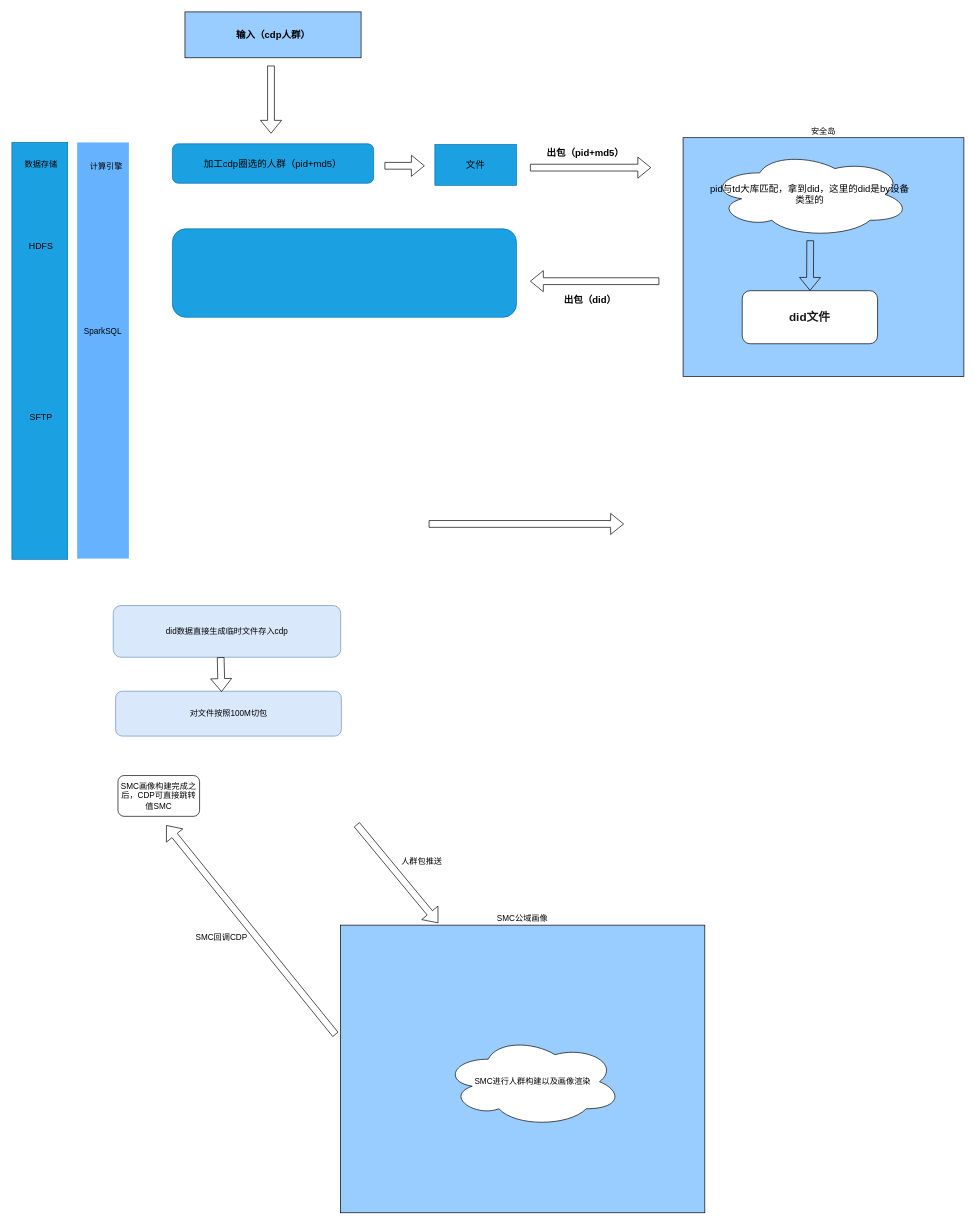
Above: 安全岛SMC.drawio in DThadch/draw (draw.io), before the change. Source tidied: cells renumbered, new cells numbered last; positions are measured from the earlier drawing's top-left corner, leaving out a move shared by most shapes. Both pictures are drawn from the tidied source at 68%, with x=0, y=0 at pixel (12, 12).
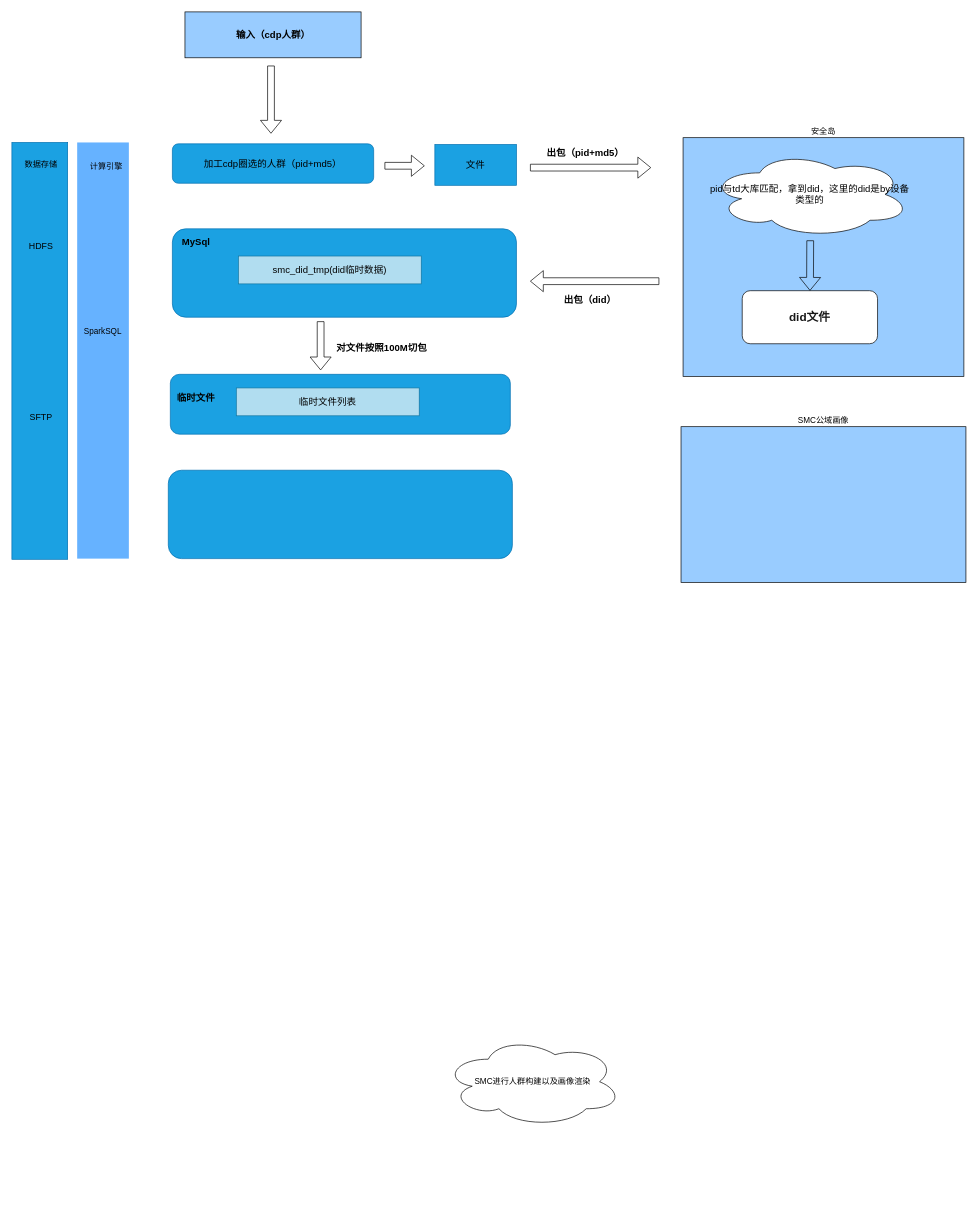
The same diagram, later.

Commit message (it also covers changes not shown here):
更新安全岛SMC.drawio

What changed in the source:
```diff
@@
-    <mxCell id="3" style="shape=flexArrow;endArrow=classic;html=1;rounded=0;" parent="1" edge="1">
-      <mxGeometry relative="1" as="geometry">
-        <mxPoint x="613" y="753" as="sourcePoint" />
-        <mxPoint x="900" y="753" as="targetPoint" />
-      </mxGeometry>
-    </mxCell>
@@
     <mxCell id="10" value="SMC公域画像" style="rounded=0;whiteSpace=wrap;html=1;labelPosition=center;verticalLabelPosition=top;align=center;verticalAlign=bottom;fillColor=#99CCFF;" parent="1" vertex="1">
-      <mxGeometry x="483" y="1343" width="536" height="423" as="geometry" />
+      <mxGeometry x="984" y="610" width="419" height="229" as="geometry" />
     </mxCell>
-    <mxCell id="11" value="did数据直接生成临时文件存入cdp" style="rounded=1;whiteSpace=wrap;html=1;fillColor=#dae8fc;strokeColor=#6c8ebf;" parent="1" vertex="1">
-      <mxGeometry x="149" y="873" width="334.5" height="76" as="geometry" />
-    </mxCell>
-    <mxCell id="12" value="对文件按照100M切包" style="rounded=1;whiteSpace=wrap;html=1;fillColor=#dae8fc;strokeColor=#6c8ebf;" parent="1" vertex="1">
-      <mxGeometry x="152.5" y="999" width="332" height="66" as="geometry" />
-    </mxCell>
-    <mxCell id="13" style="shape=flexArrow;endArrow=classic;html=1;rounded=0;" parent="1" edge="1">
-      <mxGeometry relative="1" as="geometry">
-        <mxPoint x="507" y="1195" as="sourcePoint" />
-        <mxPoint x="627" y="1340" as="targetPoint" />
-      </mxGeometry>
-    </mxCell>
-    <mxCell id="14" style="shape=flexArrow;endArrow=classic;html=1;rounded=0;" parent="1" edge="1">
-      <mxGeometry relative="1" as="geometry">
-        <mxPoint x="476" y="1504" as="sourcePoint" />
-        <mxPoint x="227" y="1196" as="targetPoint" />
-      </mxGeometry>
-    </mxCell>
@@
-    <mxCell id="16" value="SMC回调CDP" style="text;html=1;strokeColor=none;fillColor=none;align=center;verticalAlign=middle;whiteSpace=wrap;rounded=0;" parent="1" vertex="1">
-      <mxGeometry x="251" y="1343" width="115" height="36" as="geometry" />
-    </mxCell>
-    <mxCell id="17" value="人群包推送" style="text;html=1;strokeColor=none;fillColor=none;align=center;verticalAlign=middle;whiteSpace=wrap;rounded=0;" parent="1" vertex="1">
-      <mxGeometry x="553" y="1234" width="100" height="30" as="geometry" />
-    </mxCell>
-    <mxCell id="18" value="SMC画像构建完成之后，CDP可直接跳转值SMC" style="rounded=1;whiteSpace=wrap;html=1;" parent="1" vertex="1">
-      <mxGeometry x="156" y="1123" width="120" height="60" as="geometry" />
-    </mxCell>
-    <mxCell id="19" style="shape=flexArrow;endArrow=classic;html=1;rounded=0;entryX=0.469;entryY=0.015;entryDx=0;entryDy=0;entryPerimeter=0;" parent="1" edge="1" target="12">
-      <mxGeometry relative="1" as="geometry">
-        <mxPoint x="307" y="949" as="sourcePoint" />
-      </mxGeometry>
-    </mxCell>
@@
+    <mxCell id="34" value="MySql" style="text;html=1;strokeColor=none;fillColor=none;align=center;verticalAlign=middle;whiteSpace=wrap;rounded=0;fontStyle=1;fontSize=14;" parent="1" vertex="1">
+      <mxGeometry x="241" y="324" width="60" height="30" as="geometry" />
+    </mxCell>
+    <mxCell id="35" value="smc_did_tmp(did临时数据)" style="rounded=0;whiteSpace=wrap;html=1;fillColor=#b1ddf0;strokeColor=#10739e;fontSize=14;" parent="1" vertex="1">
+      <mxGeometry x="333" y="359" width="269" height="41" as="geometry" />
+    </mxCell>
+    <mxCell id="36" style="rounded=1;whiteSpace=wrap;html=1;fillColor=#1ba1e2;strokeColor=#006EAF;fontColor=#ffffff;fontSize=14;" parent="1" vertex="1">
+      <mxGeometry x="233" y="533" width="500" height="88" as="geometry" />
+    </mxCell>
+    <mxCell id="37" value="临时文件" style="text;html=1;strokeColor=none;fillColor=none;align=center;verticalAlign=middle;whiteSpace=wrap;rounded=0;fontStyle=1;fontSize=14;" parent="1" vertex="1">
+      <mxGeometry x="241" y="553" width="60" height="30" as="geometry" />
+    </mxCell>
+    <mxCell id="38" value="临时文件列表" style="rounded=0;whiteSpace=wrap;html=1;fillColor=#b1ddf0;strokeColor=#10739e;fontSize=14;" parent="1" vertex="1">
+      <mxGeometry x="330" y="553" width="269" height="41" as="geometry" />
+    </mxCell>
+    <mxCell id="39" style="shape=flexArrow;endArrow=classic;html=1;rounded=0;" parent="1" edge="1">
+      <mxGeometry relative="1" as="geometry">
+        <mxPoint x="454" y="455" as="sourcePoint" />
+        <mxPoint x="454" y="527" as="targetPoint" />
+      </mxGeometry>
+    </mxCell>
+    <mxCell id="12" value="对文件按照100M切包" style="text;html=1;strokeColor=none;fillColor=none;align=center;verticalAlign=middle;whiteSpace=wrap;rounded=0;fontSize=14;fontStyle=1;" parent="1" vertex="1">
+      <mxGeometry x="471" y="480" width="146" height="27" as="geometry" />
+    </mxCell>
+    <mxCell id="40" style="rounded=1;whiteSpace=wrap;html=1;fillColor=#1ba1e2;strokeColor=#006EAF;fontColor=#ffffff;fontSize=14;" parent="1" vertex="1">
+      <mxGeometry x="230" y="674" width="506" height="130" as="geometry" />
+    </mxCell>
```
